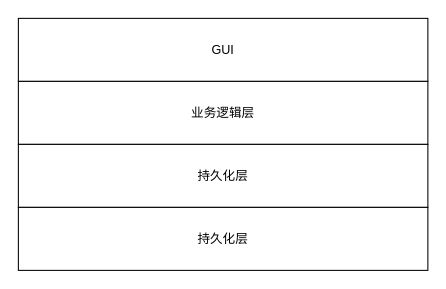
Earlier version of the draw.io diagram FMM架构.drawio (hoho51/collegeManageSys). Source tidied: cells renumbered, new cells numbered last; positions are measured from the earlier drawing's top-left corner, leaving out a move shared by most shapes. Both pictures are drawn from the tidied source at 105%, with x=0, y=0 at pixel (18, 18).
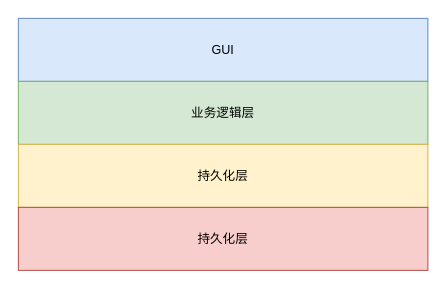
The same diagram, later.

What changed in the source:
```diff
@@
 <mxGraphModel>
   <root>
     <mxCell id="0" />
     <mxCell id="1" parent="0" />
-    <mxCell id="2" value="GUI" style="rounded=0;whiteSpace=wrap;html=1;" parent="1" vertex="1">
+    <mxCell id="2" value="GUI" style="rounded=0;whiteSpace=wrap;html=1;fillColor=#dae8fc;strokeColor=#6c8ebf;" parent="1" vertex="1">
       <mxGeometry width="390" height="60" as="geometry" />
     </mxCell>
-    <mxCell id="3" value="业务逻辑层" style="rounded=0;whiteSpace=wrap;html=1;" parent="1" vertex="1">
+    <mxCell id="3" value="业务逻辑层" style="rounded=0;whiteSpace=wrap;html=1;fillColor=#d5e8d4;strokeColor=#82b366;" parent="1" vertex="1">
       <mxGeometry y="60" width="390" height="60" as="geometry" />
     </mxCell>
-    <mxCell id="4" value="持久化层" style="rounded=0;whiteSpace=wrap;html=1;" parent="1" vertex="1">
+    <mxCell id="4" value="持久化层" style="rounded=0;whiteSpace=wrap;html=1;fillColor=#fff2cc;strokeColor=#d6b656;" parent="1" vertex="1">
       <mxGeometry y="120" width="390" height="60" as="geometry" />
     </mxCell>
-    <mxCell id="5" value="持久化层" style="rounded=0;whiteSpace=wrap;html=1;" parent="1" vertex="1">
+    <mxCell id="5" value="持久化层" style="rounded=0;whiteSpace=wrap;html=1;fillColor=#f8cecc;strokeColor=#b85450;" parent="1" vertex="1">
       <mxGeometry y="180" width="390" height="60" as="geometry" />
     </mxCell>
   </root>
 </mxGraphModel>
```
